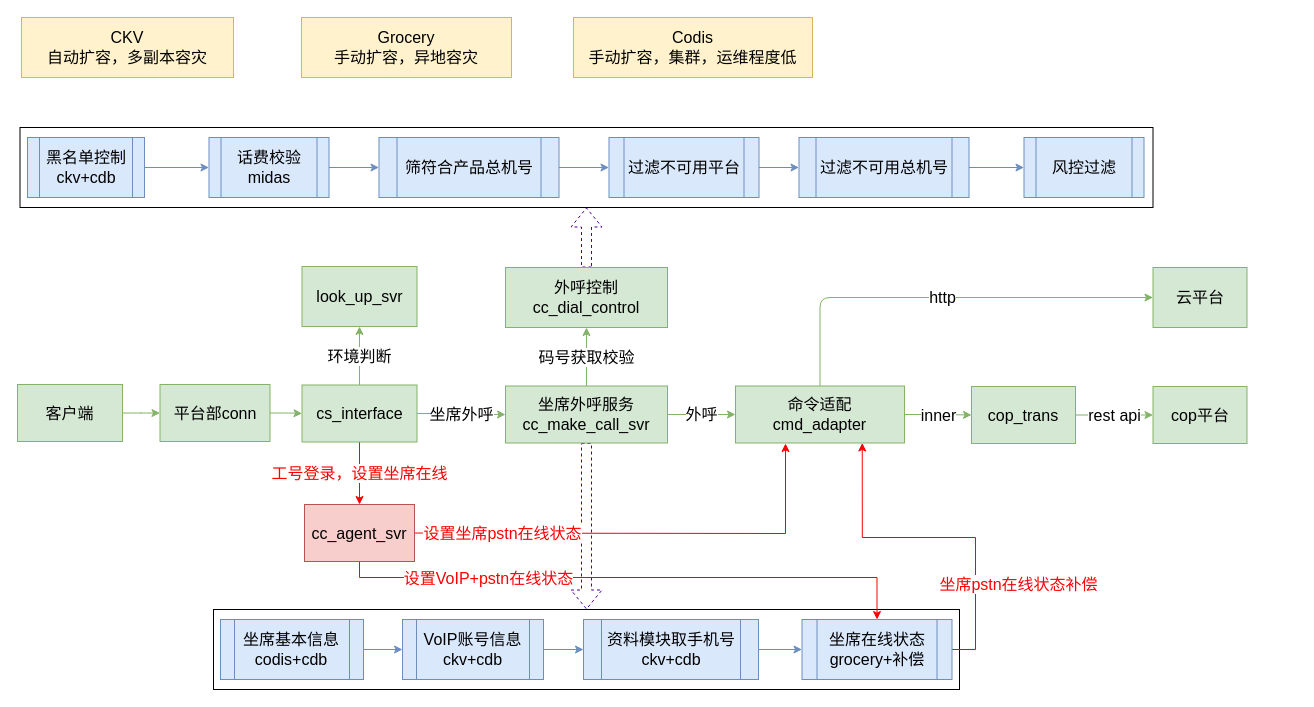
Before: Untitled Diagram.drawio in binbin6363/myproject, a draw.io diagram. Source tidied: cells renumbered, new cells numbered last; positions are measured from the earlier drawing's top-left corner, leaving out a move shared by most shapes. Both pictures are drawn from the tidied source at 100%, with x=0, y=0 at pixel (17, 17).
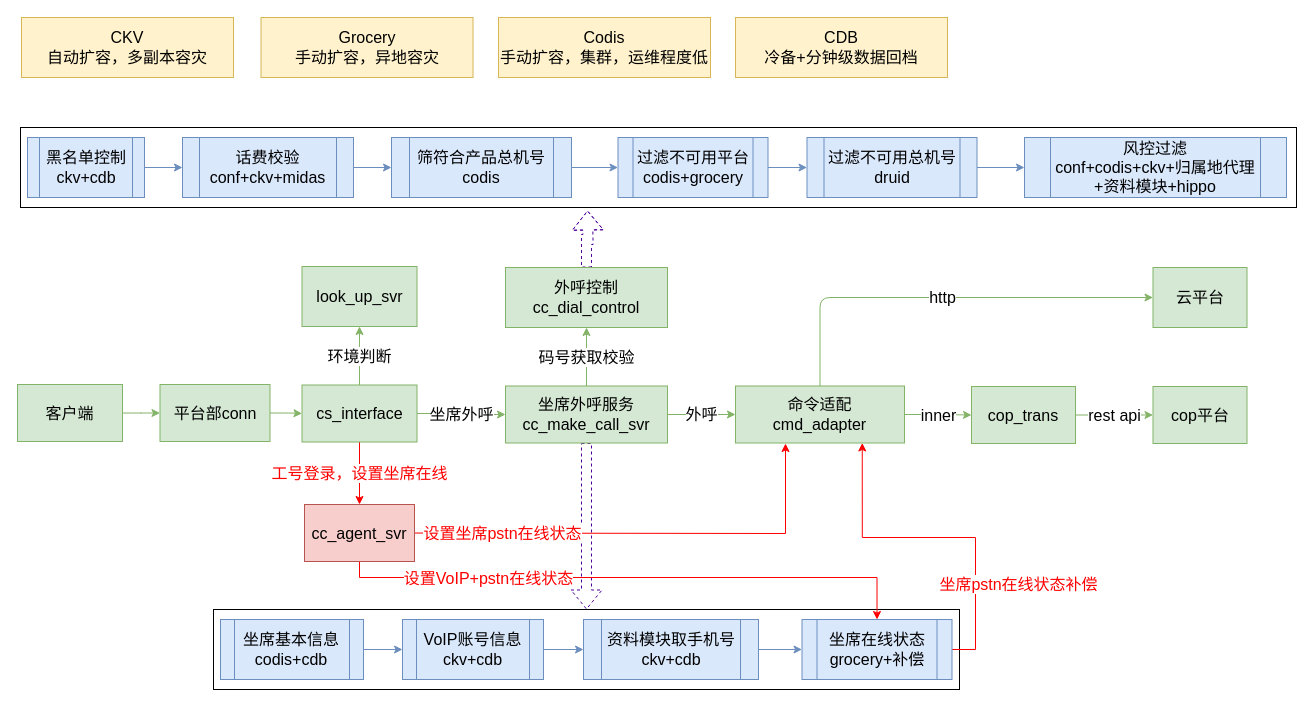
Above is the later version.

Unchanged cells that the change refers to:
```xml
<mxCell id="16" value="外呼控制&lt;br&gt;cc_dial_control&lt;br&gt;" style="whiteSpace=wrap;html=1;fontSize=16;fillColor=#d5e8d4;strokeColor=#82b366;" parent="1" vertex="1">
  <mxGeometry x="488" y="250" width="162" height="60" as="geometry" />
</mxCell>
```

Diff of the diagram source:
```diff
@@
     <mxCell id="2" style="rounded=0;whiteSpace=wrap;html=1;fontSize=16;" parent="1" vertex="1">
-      <mxGeometry x="2.5" y="110" width="1133" height="80" as="geometry" />
+      <mxGeometry x="3" y="110" width="1276" height="80" as="geometry" />
     </mxCell>
@@
-    <mxCell id="15" style="edgeStyle=orthogonalEdgeStyle;rounded=0;jettySize=auto;html=1;fontSize=16;dashed=1;shape=flexArrow;strokeColor=#4C0099;" parent="1" edge="1" source="16" target="2">
-      <mxGeometry relative="1" as="geometry" />
+    <mxCell id="15" style="edgeStyle=orthogonalEdgeStyle;rounded=0;jettySize=auto;html=1;fontSize=16;dashed=1;shape=flexArrow;strokeColor=#4C0099;" parent="1" edge="1" source="16">
+      <mxGeometry relative="1" as="geometry">
+        <mxPoint x="570" y="193" as="targetPoint" />
+      </mxGeometry>
     </mxCell>
@@
-    <mxCell id="26" value="黑名单控制&lt;br&gt;ckv+cdb&lt;br&gt;" style="shape=process;whiteSpace=wrap;html=1;backgroundOutline=1;fontSize=16;flipH=1;flipV=1;fillColor=#dae8fc;strokeColor=#6c8ebf;" parent="1" vertex="1">
+    <mxCell id="26" value="黑名单控制&lt;br&gt;ckv+cdb&lt;br&gt;" style="shape=process;whiteSpace=wrap;html=1;backgroundOutline=1;fontSize=16;flipH=0;flipV=0;fillColor=#dae8fc;strokeColor=#6c8ebf;" parent="1" vertex="1">
       <mxGeometry x="10" y="120" width="117" height="60" as="geometry" />
     </mxCell>
@@
-    <mxCell id="28" value="话费校验&lt;br&gt;midas&lt;br&gt;" style="shape=process;whiteSpace=wrap;html=1;backgroundOutline=1;fontSize=16;flipH=1;flipV=1;fillColor=#dae8fc;strokeColor=#6c8ebf;" parent="1" vertex="1">
-      <mxGeometry x="191.5" y="120" width="120" height="60" as="geometry" />
+    <mxCell id="28" value="话费校验&lt;br&gt;conf+ckv+midas&lt;br&gt;" style="shape=process;whiteSpace=wrap;html=1;backgroundOutline=1;fontSize=16;flipH=0;flipV=0;fillColor=#dae8fc;strokeColor=#6c8ebf;" parent="1" vertex="1">
+      <mxGeometry x="165" y="120" width="171" height="60" as="geometry" />
     </mxCell>
@@
-    <mxCell id="30" value="筛符合产品总机号" style="shape=process;whiteSpace=wrap;html=1;backgroundOutline=1;fontSize=16;flipH=1;flipV=1;fillColor=#dae8fc;strokeColor=#6c8ebf;" parent="1" vertex="1">
-      <mxGeometry x="361.5" y="120" width="180" height="60" as="geometry" />
+    <mxCell id="30" value="筛符合产品总机号&lt;br&gt;codis&lt;br&gt;" style="shape=process;whiteSpace=wrap;html=1;backgroundOutline=1;fontSize=16;flipH=0;flipV=0;fillColor=#dae8fc;strokeColor=#6c8ebf;" parent="1" vertex="1">
+      <mxGeometry x="374" y="120" width="180" height="60" as="geometry" />
     </mxCell>
@@
-    <mxCell id="32" value="过滤不可用平台" style="shape=process;whiteSpace=wrap;html=1;backgroundOutline=1;fontSize=16;flipH=1;flipV=1;fillColor=#dae8fc;strokeColor=#6c8ebf;" parent="1" vertex="1">
-      <mxGeometry x="591.5" y="120" width="150" height="60" as="geometry" />
+    <mxCell id="32" value="过滤不可用平台&lt;br&gt;codis+grocery&lt;br&gt;" style="shape=process;whiteSpace=wrap;html=1;backgroundOutline=1;fontSize=16;flipH=0;flipV=0;fillColor=#dae8fc;strokeColor=#6c8ebf;" parent="1" vertex="1">
+      <mxGeometry x="600.5" y="120" width="150" height="60" as="geometry" />
     </mxCell>
@@
-    <mxCell id="34" value="过滤不可用总机号" style="shape=process;whiteSpace=wrap;html=1;backgroundOutline=1;fontSize=16;flipH=1;flipV=1;fillColor=#dae8fc;strokeColor=#6c8ebf;" parent="1" vertex="1">
-      <mxGeometry x="781.5" y="120" width="170" height="60" as="geometry" />
+    <mxCell id="34" value="过滤不可用总机号&lt;br&gt;druid&lt;br&gt;" style="shape=process;whiteSpace=wrap;html=1;backgroundOutline=1;fontSize=16;flipH=0;flipV=0;fillColor=#dae8fc;strokeColor=#6c8ebf;" parent="1" vertex="1">
+      <mxGeometry x="789.5" y="120" width="170" height="60" as="geometry" />
     </mxCell>
-    <mxCell id="35" value="风控过滤" style="shape=process;whiteSpace=wrap;html=1;backgroundOutline=1;fontSize=16;flipH=1;flipV=1;fillColor=#dae8fc;strokeColor=#6c8ebf;" parent="1" vertex="1">
-      <mxGeometry x="1006.5" y="120" width="120" height="60" as="geometry" />
+    <mxCell id="35" value="风控过滤&lt;br&gt;conf+codis+ckv+归属地代理+资料模块+hippo&lt;br&gt;" style="shape=process;whiteSpace=wrap;html=1;backgroundOutline=1;fontSize=16;flipH=0;flipV=0;fillColor=#dae8fc;strokeColor=#6c8ebf;" parent="1" vertex="1">
+      <mxGeometry x="1007" y="120" width="262" height="60" as="geometry" />
     </mxCell>
@@
-    <mxCell id="37" value="Grocery&lt;br&gt;手动扩容，异地容灾&lt;br&gt;" style="rounded=0;whiteSpace=wrap;html=1;fontSize=16;fillColor=#fff2cc;strokeColor=#d6b656;" parent="1" vertex="1">
-      <mxGeometry x="284" width="210" height="60" as="geometry" />
-    </mxCell>
-    <mxCell id="38" value="Codis&lt;br&gt;手动扩容，集群，运维程度低&lt;br&gt;" style="rounded=0;whiteSpace=wrap;html=1;fontSize=16;fillColor=#fff2cc;strokeColor=#d6b656;" parent="1" vertex="1">
-      <mxGeometry x="556" width="239" height="60" as="geometry" />
-    </mxCell>
@@
+    <mxCell id="37" value="Grocery&lt;br&gt;手动扩容，异地容灾&lt;br&gt;" style="rounded=0;whiteSpace=wrap;html=1;fontSize=16;fillColor=#fff2cc;strokeColor=#d6b656;" parent="1" vertex="1">
+      <mxGeometry x="243.5" width="212" height="60" as="geometry" />
+    </mxCell>
+    <mxCell id="38" value="Codis&lt;br&gt;手动扩容，集群，运维程度低&lt;br&gt;" style="rounded=0;whiteSpace=wrap;html=1;fontSize=16;fillColor=#fff2cc;strokeColor=#d6b656;" parent="1" vertex="1">
+      <mxGeometry x="481" width="212" height="60" as="geometry" />
+    </mxCell>
+    <mxCell id="54" value="CDB&lt;br&gt;冷备+分钟级数据回档&lt;br&gt;" style="rounded=0;whiteSpace=wrap;html=1;fontSize=16;fillColor=#fff2cc;strokeColor=#d6b656;" parent="1" vertex="1">
+      <mxGeometry x="718" width="212" height="60" as="geometry" />
+    </mxCell>
```
